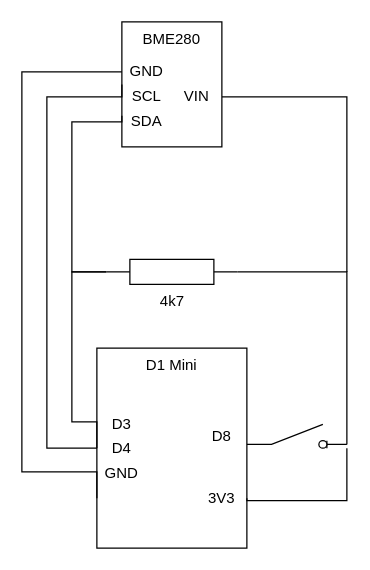
Above: documentation/Schematic.drawio in Jerey/weatherstation-client (draw.io), before the change. Source tidied: cells renumbered, new cells numbered last; positions are measured from the earlier drawing's top-left corner, leaving out a move shared by most shapes. Both pictures are drawn from the tidied source at 125%, with x=0, y=0 at pixel (21, 21).
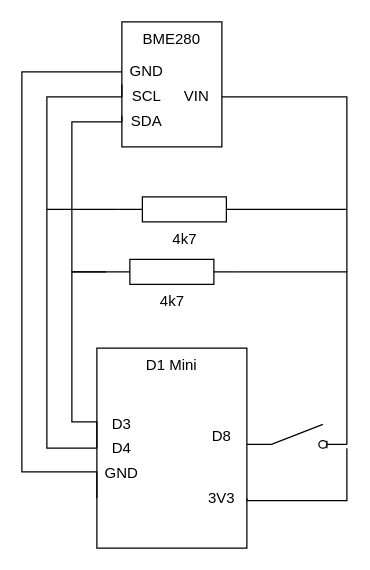
The same page after the edit.

Commit message (it also covers changes not shown here):
Add missing resistor for the schematic.

The edit, as a diff of the source:
```diff
@@
+    <mxCell id="22" style="edgeStyle=orthogonalEdgeStyle;rounded=0;jettySize=auto;html=1;exitX=1;exitY=0.5;exitDx=0;exitDy=0;exitPerimeter=0;endArrow=none;endFill=0;" parent="1" edge="1" source="24">
+      <mxGeometry relative="1" as="geometry">
+        <mxPoint x="260" y="150" as="targetPoint" />
+      </mxGeometry>
+    </mxCell>
+    <mxCell id="23" style="edgeStyle=orthogonalEdgeStyle;rounded=0;jettySize=auto;html=1;exitX=0;exitY=0.5;exitDx=0;exitDy=0;exitPerimeter=0;endArrow=none;endFill=0;" parent="1" edge="1" source="24">
+      <mxGeometry relative="1" as="geometry">
+        <mxPoint x="20" y="150" as="targetPoint" />
+      </mxGeometry>
+    </mxCell>
+    <mxCell id="24" value="4k7" style="verticalLabelPosition=bottom;shadow=0;dashed=0;align=center;fillColor=#ffffff;html=1;verticalAlign=top;strokeWidth=1;shape=mxgraph.electrical.resistors.resistor_1;" parent="1" vertex="1">
+      <mxGeometry x="77.5" y="140" width="105" height="20" as="geometry" />
+    </mxCell>
```
